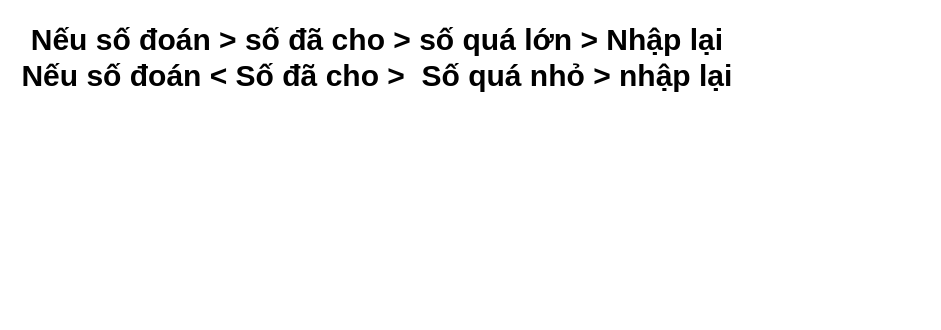
The draw.io diagram Class/assets/Bai_06.dio in tranpanhminh/front_end_29052023, before the edit. Source tidied: cells renumbered, new cells numbered last; positions are measured from the earlier drawing's top-left corner, leaving out a move shared by most shapes. Both pictures are drawn from the tidied source at 125%, with x=0, y=0 at pixel (314, 32).
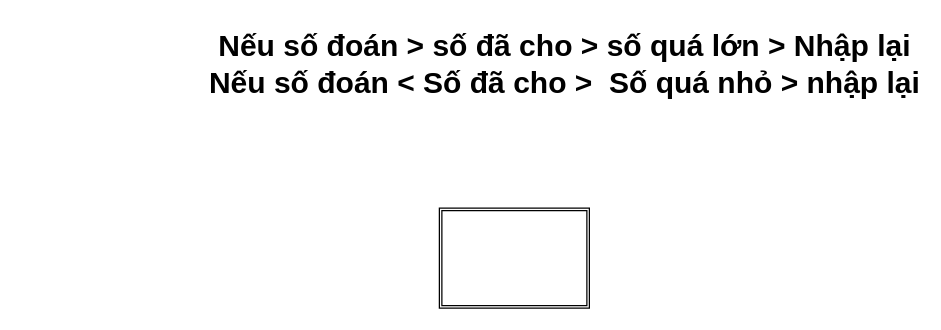
Above is the later version.

The edit, as a diff of the source:
```diff
@@
 <mxGraphModel>
   <root>
     <mxCell id="0" />
     <mxCell id="1" parent="0" />
     <mxCell id="2" value="Nếu số đoán &amp;gt; số đã cho &amp;gt; số quá lớn &amp;gt; Nhập lại&lt;br&gt;Nếu số đoán &amp;lt; Số đã cho &amp;gt;&amp;nbsp; Số quá nhỏ &amp;gt; nhập lại" style="text;strokeColor=none;fillColor=none;html=1;fontSize=24;fontStyle=1;verticalAlign=middle;align=center;" parent="1" vertex="1">
-      <mxGeometry width="100" height="40" as="geometry" />
+      <mxGeometry width="400" height="50" as="geometry" />
     </mxCell>
+    <mxCell id="3" style="shape=ext;double=1;rounded=0;whiteSpace=wrap;html=1;" parent="1" vertex="1">
+      <mxGeometry x="100" y="140" width="120" height="80" as="geometry" />
+    </mxCell>
   </root>
 </mxGraphModel>
```
